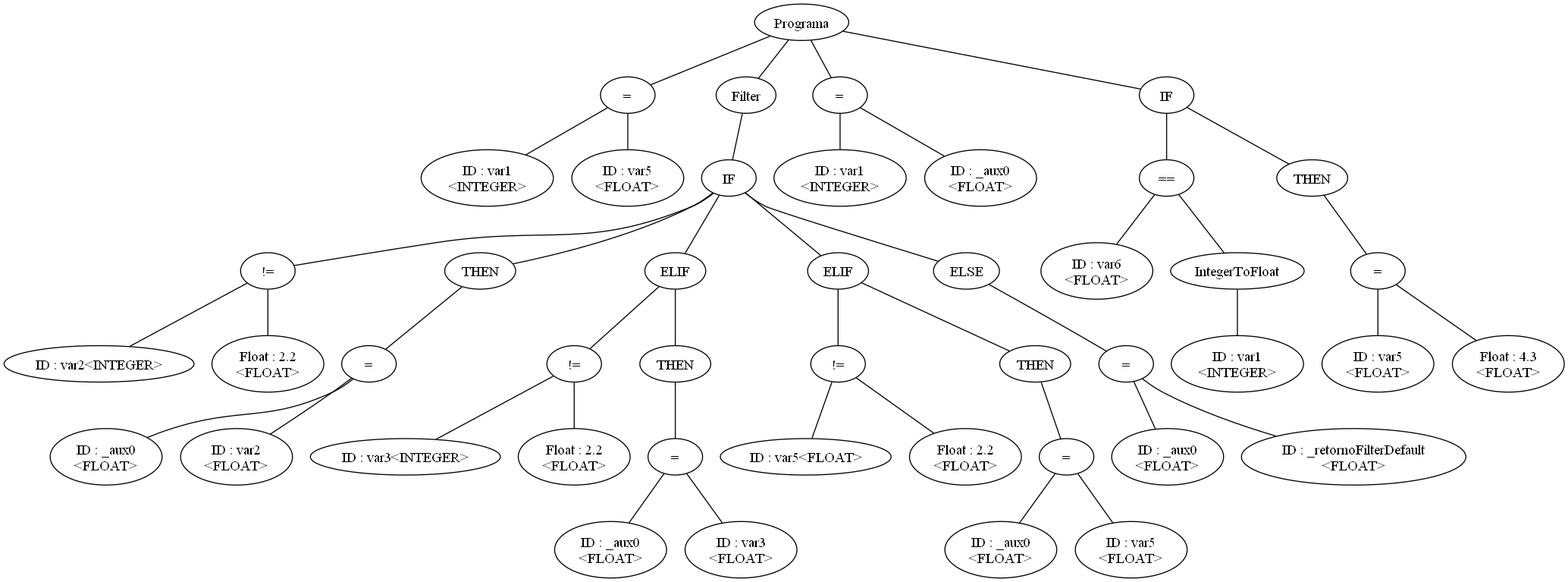
This is arbol.png from leandroprios/compilador, a Graphviz export, as it was before one commit. Its source is kept beside it as arbol.dot.
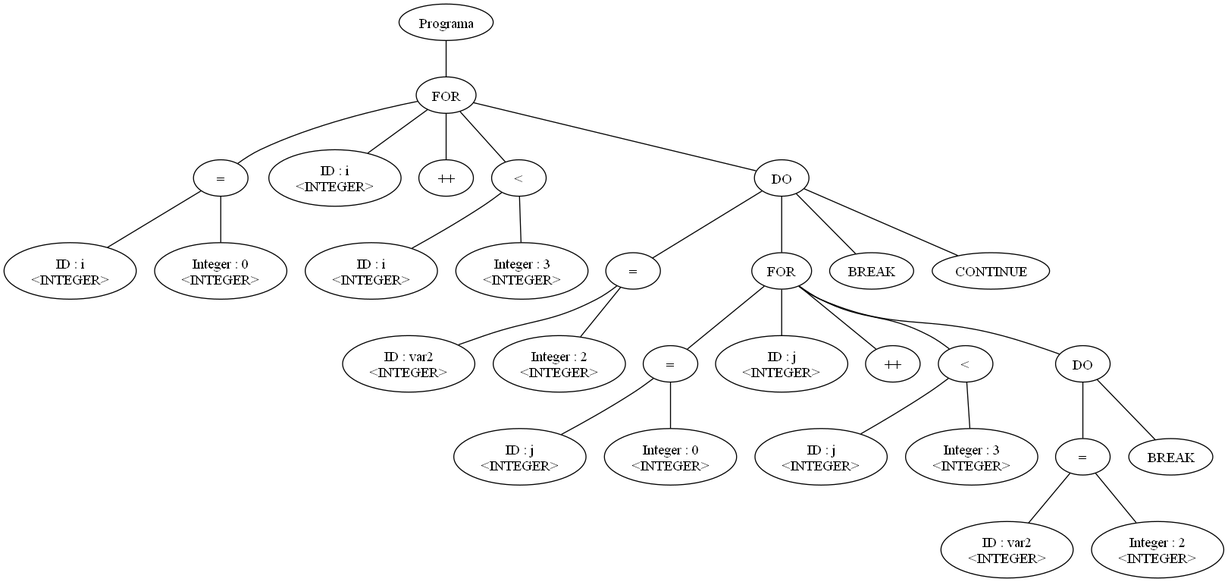
After the commit.

The edit, as a diff of the source:
```diff
@@ -1,90 +1,60 @@
-graph G {nodo_1964194068[label="Programa"]
-nodo_109623498[label="="]
-nodo_1964194068--nodo_109623498
-nodo_1881682100[label="ID : var1\n<INTEGER>"]
-nodo_109623498--nodo_1881682100
-nodo_1761928151[label="ID : var5\n<FLOAT>"]
-nodo_109623498--nodo_1761928151
-nodo_95661178[label="Filter"]
-nodo_1964194068--nodo_95661178
-nodo_1178471150[label="IF"]
-nodo_95661178--nodo_1178471150
-nodo_2007117581[label="!="]
-nodo_1178471150--nodo_2007117581
-nodo_972451957[label="ID : var2<INTEGER>"]
-nodo_2007117581--nodo_972451957
-nodo_566152013[label="Float : 2.2\n<FLOAT>"]
-nodo_2007117581--nodo_566152013
-nodo_1178471150--nodo_448321618
-nodo_448321618[label="THEN"]
-nodo_400678126[label="="]
-nodo_448321618--nodo_400678126
-nodo_1910326104[label="ID : _aux0\n<FLOAT>"]
-nodo_400678126--nodo_1910326104
-nodo_2074276046[label="ID : var2\n<FLOAT>"]
-nodo_400678126--nodo_2074276046
-nodo_747743316[label="ELIF"]
-nodo_1178471150--nodo_747743316
-nodo_898500484[label="!="]
-nodo_747743316--nodo_898500484
-nodo_777143790[label="ID : var3<INTEGER>"]
-nodo_898500484--nodo_777143790
-nodo_1117447274[label="Float : 2.2\n<FLOAT>"]
-nodo_898500484--nodo_1117447274
-nodo_747743316--nodo_98517171
-nodo_98517171[label="THEN"]
-nodo_1676158821[label="="]
-nodo_98517171--nodo_1676158821
-nodo_639614651[label="ID : _aux0\n<FLOAT>"]
-nodo_1676158821--nodo_639614651
-nodo_450818723[label="ID : var3\n<FLOAT>"]
-nodo_1676158821--nodo_450818723
-nodo_259189798[label="ELIF"]
-nodo_1178471150--nodo_259189798
-nodo_763568546[label="!="]
-nodo_259189798--nodo_763568546
-nodo_1991424207[label="ID : var5<FLOAT>"]
-nodo_763568546--nodo_1991424207
-nodo_462690128[label="Float : 2.2\n<FLOAT>"]
-nodo_763568546--nodo_462690128
-nodo_259189798--nodo_232128935
-nodo_232128935[label="THEN"]
-nodo_60808152[label="="]
-nodo_232128935--nodo_60808152
-nodo_933585976[label="ID : _aux0\n<FLOAT>"]
-nodo_60808152--nodo_933585976
-nodo_1412613827[label="ID : var5\n<FLOAT>"]
-nodo_60808152--nodo_1412613827
-nodo_1178471150--nodo_328007723
-nodo_328007723[label="ELSE"]
-nodo_1873245570[label="="]
-nodo_328007723--nodo_1873245570
-nodo_303772341[label="ID : _aux0\n<FLOAT>"]
-nodo_1873245570--nodo_303772341
-nodo_235081834[label="ID : _retornoFilterDefault\n<FLOAT>"]
-nodo_1873245570--nodo_235081834
-nodo_1288035255[label="="]
-nodo_1964194068--nodo_1288035255
-nodo_404405448[label="ID : var1\n<INTEGER>"]
-nodo_1288035255--nodo_404405448
-nodo_1398782948[label="ID : _aux0\n<FLOAT>"]
-nodo_1288035255--nodo_1398782948
-nodo_1162441125[label="IF"]
-nodo_1964194068--nodo_1162441125
-nodo_657658584[label="=="]
-nodo_1162441125--nodo_657658584
-nodo_1786906122[label="ID : var6\n<FLOAT>"]
-nodo_657658584--nodo_1786906122
-nodo_1152122917[label="IntegerToFloat"]
-nodo_657658584--nodo_1152122917
-nodo_1256625484[label="ID : var1\n<INTEGER>"]
-nodo_1152122917--nodo_1256625484
-nodo_1162441125--nodo_842917201
-nodo_842917201[label="THEN"]
-nodo_1971125018[label="="]
-nodo_842917201--nodo_1971125018
-nodo_255066601[label="ID : var5\n<FLOAT>"]
-nodo_1971125018--nodo_255066601
-nodo_733840642[label="Float : 4.3\n<FLOAT>"]
-nodo_1971125018--nodo_733840642
+graph G {nodo_1371013834[label="Programa"]
+nodo_817111109[label="FOR"]
+nodo_1371013834--nodo_817111109
+nodo_246209899[label="="]
+nodo_817111109--nodo_246209899
+nodo_701992283[label="ID : i\n<INTEGER>"]
+nodo_246209899--nodo_701992283
+nodo_954754297[label="Integer : 0\n<INTEGER>"]
+nodo_246209899--nodo_954754297
+nodo_817111109--nodo_1105201790
+nodo_1105201790[label="ID : i\n<INTEGER>"]
+nodo_817111109--nodo_701488553
+nodo_701488553[label="++"]
+nodo_1414068812[label="<"]
+nodo_817111109--nodo_1414068812
+nodo_805077904[label="ID : i\n<INTEGER>"]
+nodo_1414068812--nodo_805077904
+nodo_2013864275[label="Integer : 3\n<INTEGER>"]
+nodo_1414068812--nodo_2013864275
+nodo_817111109--nodo_750493364
+nodo_750493364[label="DO"]
+nodo_964388822[label="="]
+nodo_750493364--nodo_964388822
+nodo_712142895[label="ID : var2\n<INTEGER>"]
+nodo_964388822--nodo_712142895
+nodo_1641649906[label="Integer : 2\n<INTEGER>"]
+nodo_964388822--nodo_1641649906
+nodo_1357586467[label="FOR"]
+nodo_750493364--nodo_1357586467
+nodo_852277311[label="="]
+nodo_1357586467--nodo_852277311
+nodo_193348929[label="ID : j\n<INTEGER>"]
+nodo_852277311--nodo_193348929
+nodo_642071749[label="Integer : 0\n<INTEGER>"]
+nodo_852277311--nodo_642071749
+nodo_1357586467--nodo_2029822621
+nodo_2029822621[label="ID : j\n<INTEGER>"]
+nodo_1357586467--nodo_799468054
+nodo_799468054[label="++"]
+nodo_1105808526[label="<"]
+nodo_1357586467--nodo_1105808526
+nodo_1313203042[label="ID : j\n<INTEGER>"]
+nodo_1105808526--nodo_1313203042
+nodo_1454069478[label="Integer : 3\n<INTEGER>"]
+nodo_1105808526--nodo_1454069478
+nodo_1357586467--nodo_832478326
+nodo_832478326[label="DO"]
+nodo_1272901348[label="="]
+nodo_832478326--nodo_1272901348
+nodo_1087919661[label="ID : var2\n<INTEGER>"]
+nodo_1272901348--nodo_1087919661
+nodo_560456615[label="Integer : 2\n<INTEGER>"]
+nodo_1272901348--nodo_560456615
+nodo_771202315[label="BREAK"]
+nodo_832478326--nodo_771202315
+nodo_300085151[label="BREAK"]
+nodo_750493364--nodo_300085151
+nodo_327793328[label="CONTINUE"]
+nodo_750493364--nodo_327793328
 }
```
